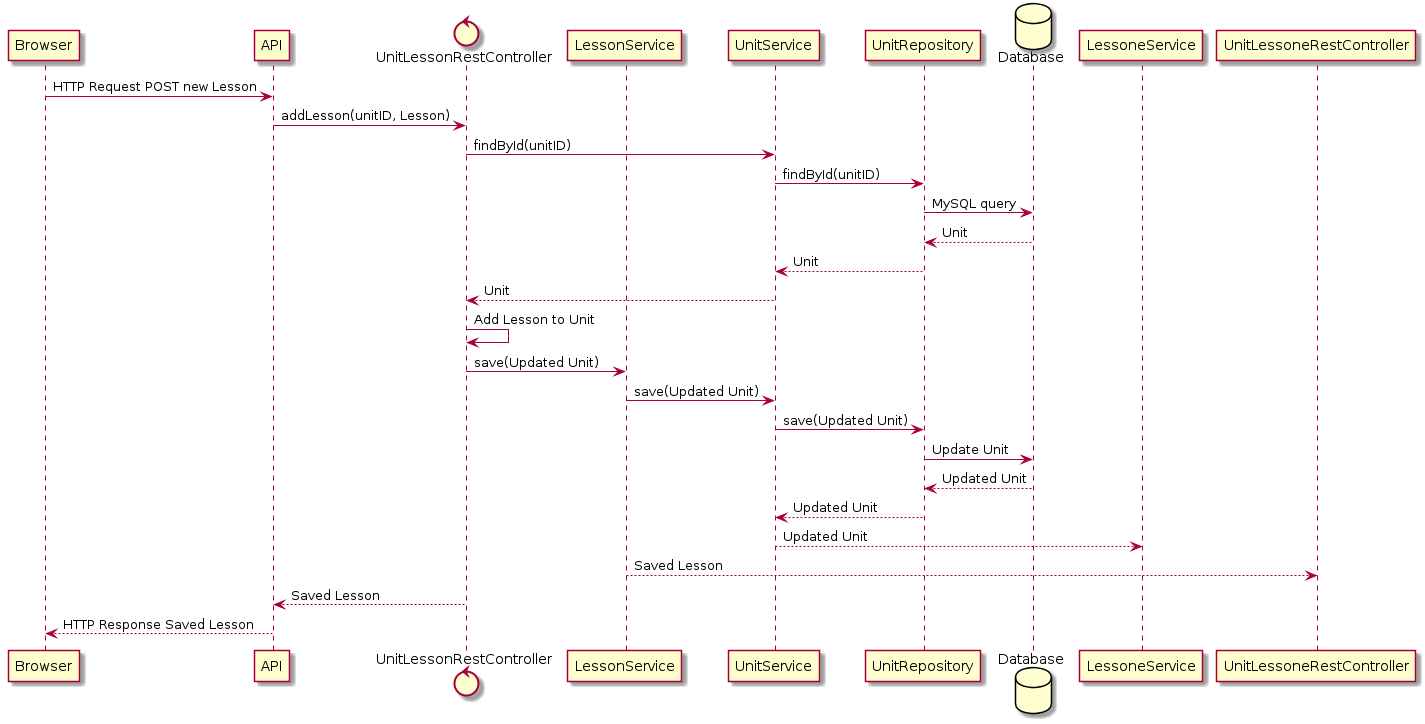
Above: resources/diagrams/sequence/createLesson.png in codeurjc/santatecla (PlantUML), before the change.
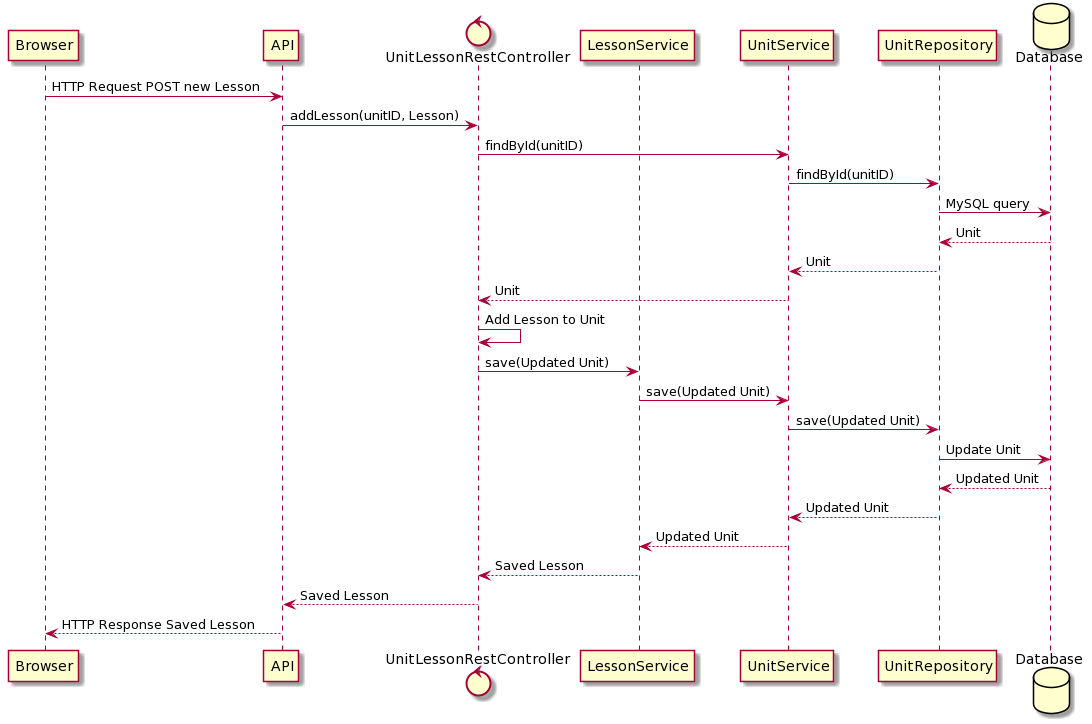
The same diagram one commit later.

What changed in the source:
```diff
@@ -1,5 +1,4 @@
 @startuml
-
 participant Browser
 participant API
 control UnitLessonRestController
@@ -26,8 +25,8 @@
 
 Database --> UnitRepository: Updated Unit
 UnitRepository --> UnitService: Updated Unit
-UnitService --> LessoneService: Updated Unit
-LessonService --> UnitLessoneRestController: Saved Lesson
+UnitService --> LessonService: Updated Unit
+LessonService --> UnitLessonRestController: Saved Lesson
 UnitLessonRestController --> API: Saved Lesson
 API --> Browser: HTTP Response Saved Lesson
 @enduml
```
